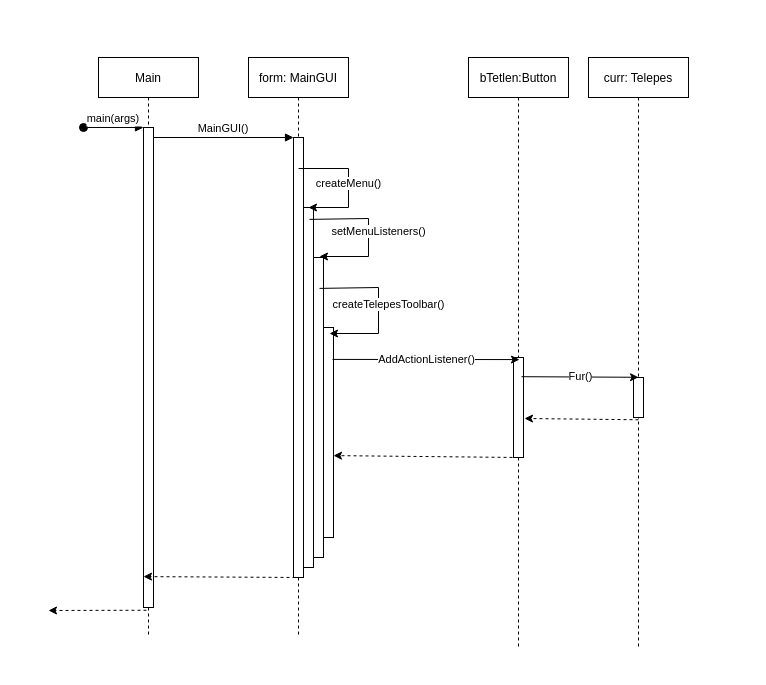
Earlier version of the draw.io diagram doc/UIszek/start.drawio (torpeBoiGo/aszteroidabanyaszat). Source tidied: cells renumbered, new cells numbered last; positions are measured from the earlier drawing's top-left corner, leaving out a move shared by most shapes. Both pictures are drawn from the tidied source at 100%, with x=0, y=0 at pixel (48, 57).
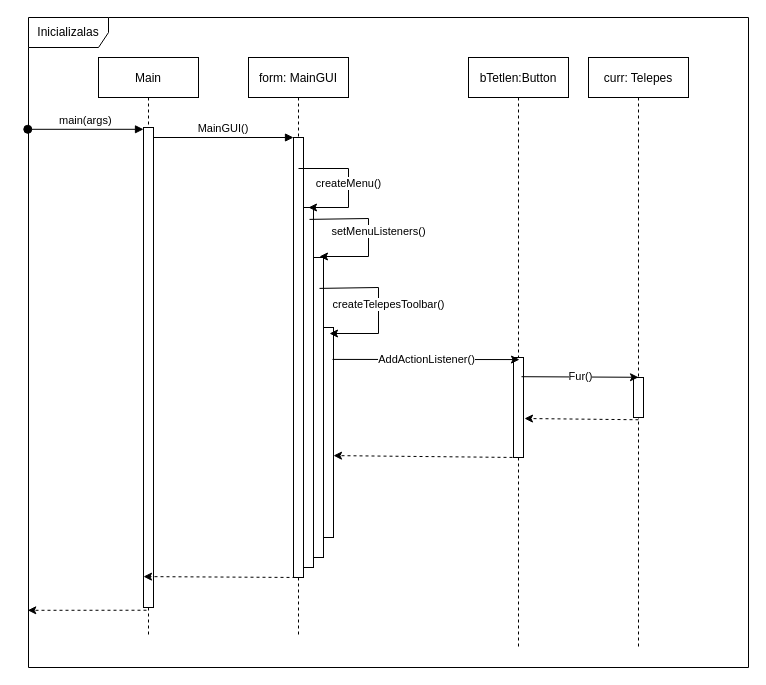
After the change.

Unchanged cells that the change refers to:
```xml
<mxCell id="2" value="Main" style="shape=umlLifeline;perimeter=lifelinePerimeter;rounded=0;shadow=0;strokeWidth=1;" parent="1" vertex="1">
  <mxGeometry x="50" width="100" height="580" as="geometry" />
</mxCell>
<mxCell id="3" style="points=[];perimeter=orthogonalPerimeter;rounded=0;shadow=0;strokeWidth=1;" parent="2" vertex="1">
  <mxGeometry x="45" y="70" width="10" height="480" as="geometry" />
</mxCell>
```

Diff of the diagram source:
```diff
@@
+    <mxCell id="24" value="Inicializalas" style="shape=umlFrame;whiteSpace=wrap;html=1;width=80;height=30;" parent="1" vertex="1">
+      <mxGeometry x="-20" y="-40" width="720" height="650" as="geometry" />
+    </mxCell>
@@
-    <mxCell id="4" value="main(args)" style="verticalAlign=bottom;startArrow=oval;endArrow=block;startSize=8;shadow=0;strokeWidth=1;" parent="2" edge="1" target="3">
-      <mxGeometry relative="1" as="geometry">
-        <mxPoint x="-15" y="70" as="sourcePoint" />
-      </mxGeometry>
-    </mxCell>
@@
-    <mxCell id="23" style="endArrow=classic;html=1;dashed=1;exitX=0.48;exitY=0.953;exitDx=0;exitDy=0;exitPerimeter=0;" parent="1" edge="1" source="2">
-      <mxGeometry relative="1" as="geometry">
-        <mxPoint y="553" as="targetPoint" />
-      </mxGeometry>
+    <mxCell id="23" style="endArrow=classic;html=1;dashed=1;exitX=0.48;exitY=0.953;exitDx=0;exitDy=0;exitPerimeter=0;entryX=-0.001;entryY=0.912;entryDx=0;entryDy=0;entryPerimeter=0;" parent="1" edge="1" source="2" target="24">
+      <mxGeometry relative="1" as="geometry" />
     </mxCell>
+    <mxCell id="4" value="main(args)" style="verticalAlign=bottom;startArrow=oval;endArrow=block;startSize=8;shadow=0;strokeWidth=1;exitX=-0.001;exitY=0.172;exitDx=0;exitDy=0;exitPerimeter=0;" parent="1" edge="1" source="24" target="3">
+      <mxGeometry relative="1" as="geometry" />
+    </mxCell>
```
